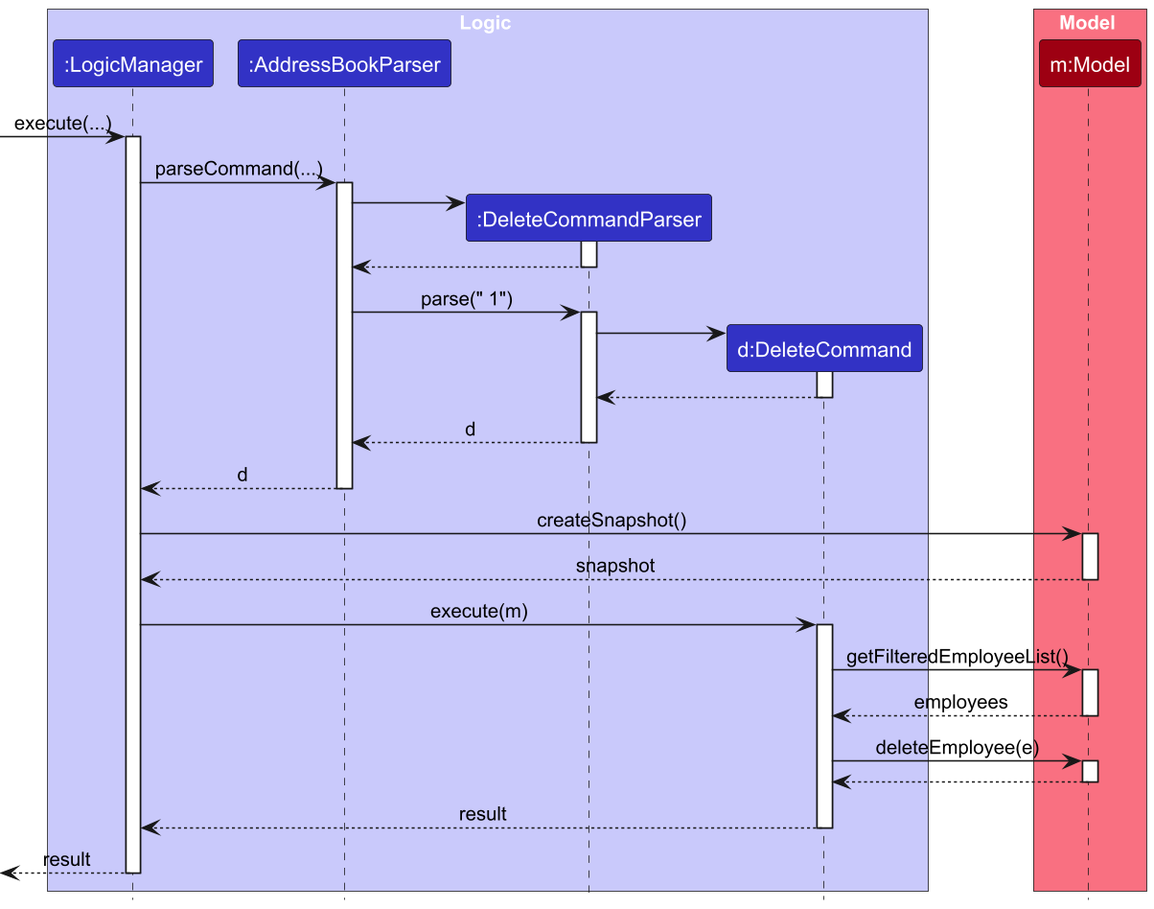
The PlantUML diagram docs/images/DeleteSequenceDiagram.png in AY2627S1-CS2103T-T16-3/tp, before a commit. Its diagram source:
```plantuml
@startuml
!include style.puml
skinparam dpi 150
skinparam ArrowFontStyle plain
skinparam ParticipantPadding 0
<style>
sequenceDiagram {
    participant {
        Margin 0
    }
}
</style>

box Logic LOGIC_COLOR_T1
participant ":LogicManager" as LogicManager LOGIC_COLOR
participant ":AddressBookParser" as AddressBookParser LOGIC_COLOR
participant ":DeleteCommandParser" as DeleteCommandParser LOGIC_COLOR
participant "d:DeleteCommand" as DeleteCommand LOGIC_COLOR
end box

box Model MODEL_COLOR_T1
participant "m:Model" as Model MODEL_COLOR
end box

[-> LogicManager : execute(...)
activate LogicManager
LogicManager -> AddressBookParser : parseCommand(...)
activate AddressBookParser
create DeleteCommandParser
AddressBookParser -> DeleteCommandParser
activate DeleteCommandParser
DeleteCommandParser --> AddressBookParser
deactivate DeleteCommandParser
AddressBookParser -> DeleteCommandParser : parse(" 1")
activate DeleteCommandParser
create DeleteCommand
DeleteCommandParser -> DeleteCommand
activate DeleteCommand
DeleteCommand --> DeleteCommandParser
deactivate DeleteCommand
DeleteCommandParser --> AddressBookParser : d
deactivate DeleteCommandParser
AddressBookParser --> LogicManager : d
deactivate AddressBookParser
LogicManager -> Model : createSnapshot()
activate Model
Model --> LogicManager : snapshot
deactivate Model
LogicManager -> DeleteCommand : execute(m)
activate DeleteCommand

DeleteCommand -> Model : getFilteredEmployeeList()
activate Model
Model --> DeleteCommand : employees
deactivate Model
DeleteCommand -> Model : deleteEmployee(e)
activate Model
Model --> DeleteCommand
deactivate Model
DeleteCommand --> LogicManager : result
deactivate DeleteCommand
[<-- LogicManager : result
deactivate LogicManager
@enduml
```
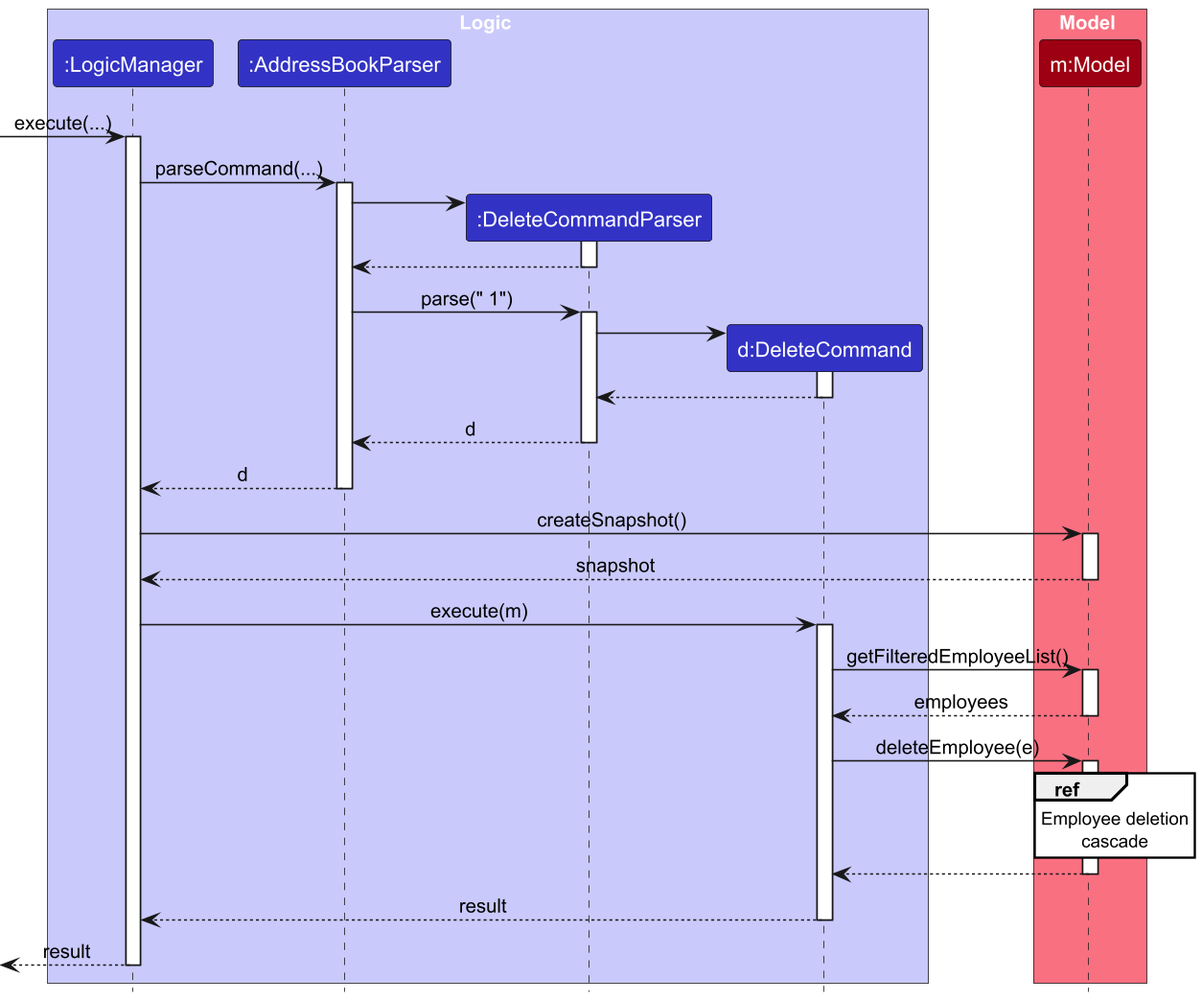
Later version of the same file.

Commit message:
docs: address model and sequence diagram review feedback

Change to the diagram source:
```diff
@@ -3,6 +3,7 @@
 skinparam dpi 150
 skinparam ArrowFontStyle plain
 skinparam ParticipantPadding 0
+skinparam sequenceReferenceBackgroundColor white
 <style>
 sequenceDiagram {
     participant {
@@ -55,6 +56,7 @@
 deactivate Model
 DeleteCommand -> Model : deleteEmployee(e)
 activate Model
+ref over Model : Employee deletion\ncascade
 Model --> DeleteCommand
 deactivate Model
 DeleteCommand --> LogicManager : result
```
